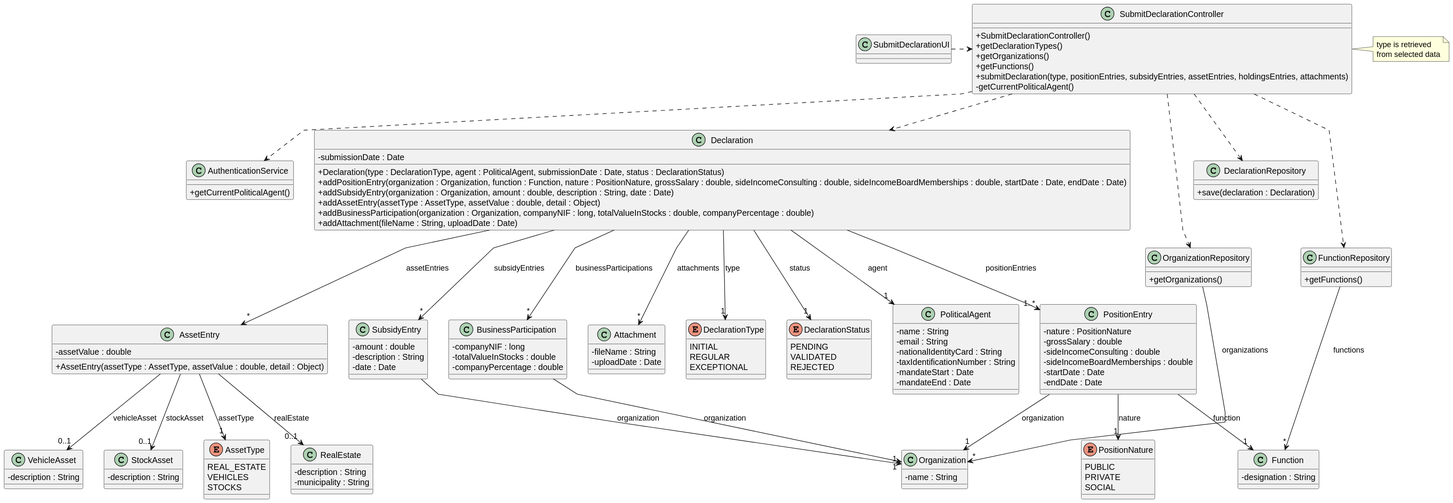
This is docs/system-documentation/US06/03.design/svg/US06-CD.svg from brunodspinto/crystal-clear-platform, a PlantUML export, as it was before one commit.
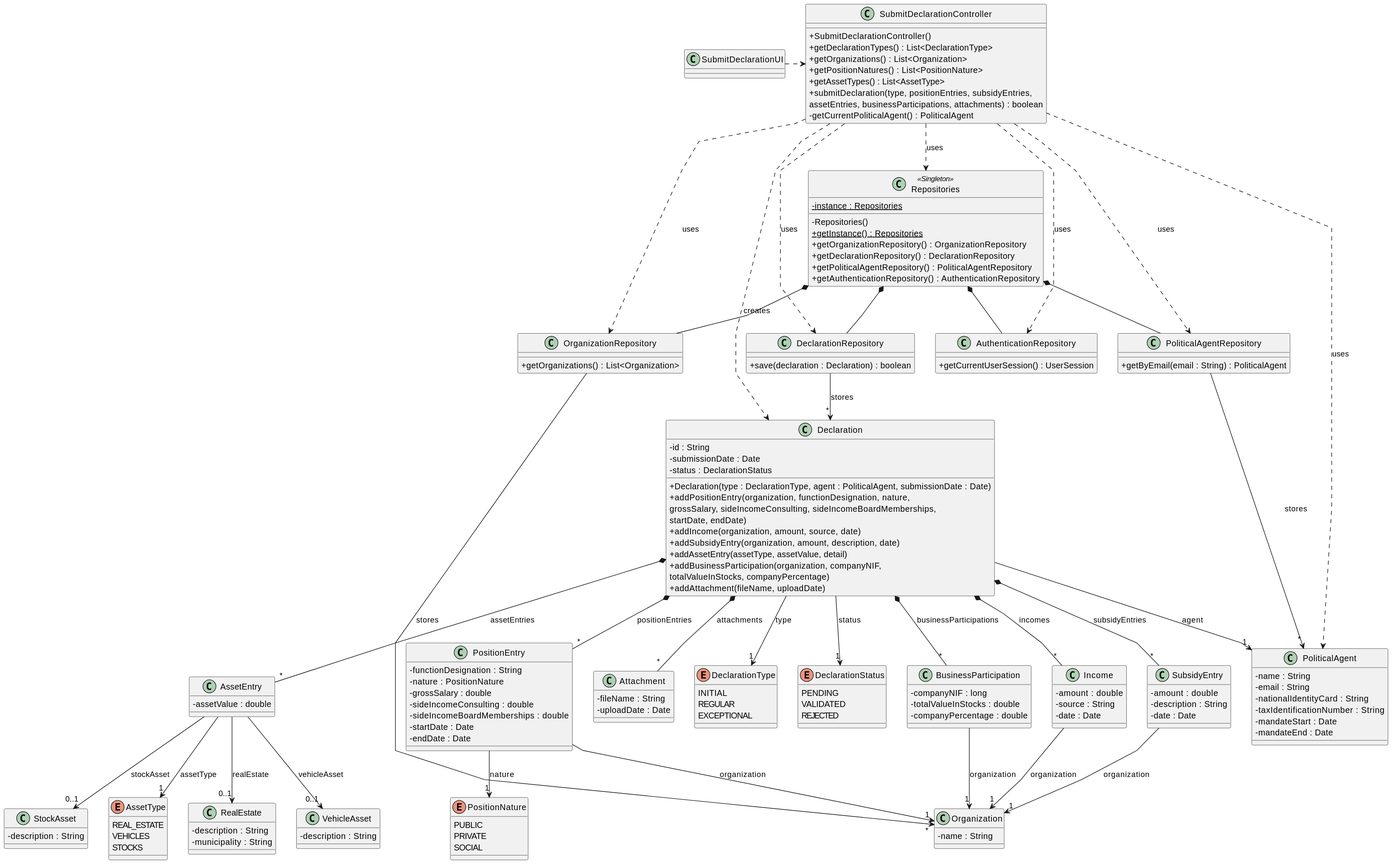
The same diagram one commit later.

What changed in the source:
```diff
@@ -9,27 +9,38 @@
 
 class SubmitDeclarationController {
     + SubmitDeclarationController()
-    + getDeclarationTypes()
-    + getOrganizations()
-    + getFunctions()
-    + submitDeclaration(type, positionEntries, subsidyEntries, assetEntries, holdingsEntries, attachments)
-    - getCurrentPoliticalAgent()
+    + getDeclarationTypes() : List<DeclarationType>
+    + getOrganizations() : List<Organization>
+    + getPositionNatures() : List<PositionNature>
+    + getAssetTypes() : List<AssetType>
+    + submitDeclaration(type, positionEntries, subsidyEntries,\nassetEntries, businessParticipations, attachments) : boolean
+    - getCurrentPoliticalAgent() : PoliticalAgent
 }
 
-class AuthenticationService {
-    + getCurrentPoliticalAgent()
+class Repositories <<Singleton>> {
+    - {static} instance : Repositories
+    - Repositories()
+    + {static} getInstance() : Repositories
+    + getOrganizationRepository() : OrganizationRepository
+    + getDeclarationRepository() : DeclarationRepository
+    + getPoliticalAgentRepository() : PoliticalAgentRepository
+    + getAuthenticationRepository() : AuthenticationRepository
 }
 
 class OrganizationRepository {
-    + getOrganizations()
-}
-
-class FunctionRepository {
-    + getFunctions()
+    + getOrganizations() : List<Organization>
 }
 
 class DeclarationRepository {
-    + save(declaration : Declaration)
+    + save(declaration : Declaration) : boolean
+}
+
+class PoliticalAgentRepository {
+    + getByEmail(email : String) : PoliticalAgent
+}
+
+class AuthenticationRepository {
+    + getCurrentUserSession() : UserSession
 }
 
 class PoliticalAgent {
@@ -42,22 +53,32 @@
 }
 
 class Declaration {
+    - id : String
     - submissionDate : Date
-    + Declaration(type : DeclarationType, agent : PoliticalAgent, submissionDate : Date, status : DeclarationStatus)
-    + addPositionEntry(organization : Organization, function : Function, nature : PositionNature, grossSalary : double, sideIncomeConsulting : double, sideIncomeBoardMemberships : double, startDate : Date, endDate : Date)
-    + addSubsidyEntry(organization : Organization, amount : double, description : String, date : Date)
-    + addAssetEntry(assetType : AssetType, assetValue : double, detail : Object)
-    + addBusinessParticipation(organization : Organization, companyNIF : long, totalValueInStocks : double, companyPercentage : double)
-    + addAttachment(fileName : String, uploadDate : Date)
+    - status : DeclarationStatus
+    + Declaration(type : DeclarationType, agent : PoliticalAgent, submissionDate : Date)
+    + addPositionEntry(organization, functionDesignation, nature,\ngrossSalary, sideIncomeConsulting, sideIncomeBoardMemberships,\nstartDate, endDate)
+    + addIncome(organization, amount, source, date)
+    + addSubsidyEntry(organization, amount, description, date)
+    + addAssetEntry(assetType, assetValue, detail)
+    + addBusinessParticipation(organization, companyNIF,\ntotalValueInStocks, companyPercentage)
+    + addAttachment(fileName, uploadDate)
 }
 
 class PositionEntry {
+    - functionDesignation : String
     - nature : PositionNature
     - grossSalary : double
     - sideIncomeConsulting : double
     - sideIncomeBoardMemberships : double
     - startDate : Date
     - endDate : Date
+}
+
+class Income {
+    - amount : double
+    - source : String
+    - date : Date
 }
 
 class SubsidyEntry {
@@ -68,7 +89,6 @@
 
 class AssetEntry {
     - assetValue : double
-    + AssetEntry(assetType : AssetType, assetValue : double, detail : Object)
 }
 
 class RealEstate {
@@ -92,10 +112,6 @@
 
 class Organization {
     - name : String
-}
-
-class Function {
-    - designation : String
 }
 
 class Attachment {
@@ -127,34 +143,40 @@
     SOCIAL
 }
 
-note right of SubmitDeclarationController
-    type is retrieved
-    from selected data
-end note
-
 SubmitDeclarationUI .> SubmitDeclarationController
 
-SubmitDeclarationController ..> AuthenticationService
-SubmitDeclarationController ..> OrganizationRepository
-SubmitDeclarationController ..> FunctionRepository
-SubmitDeclarationController ..> DeclarationRepository
-SubmitDeclarationController ..> Declaration
+SubmitDeclarationController ..> Repositories : uses
 
-OrganizationRepository --> "*" Organization : organizations
-FunctionRepository --> "*" Function : functions
+SubmitDeclarationController ..> OrganizationRepository : uses
+SubmitDeclarationController ..> DeclarationRepository : uses
+SubmitDeclarationController ..> PoliticalAgentRepository : uses
+SubmitDeclarationController ..> AuthenticationRepository : uses
+SubmitDeclarationController ..> Declaration : creates
+SubmitDeclarationController ..> PoliticalAgent : uses
+
+Repositories *-- OrganizationRepository
+Repositories *-- DeclarationRepository
+Repositories *-- PoliticalAgentRepository
+Repositories *-- AuthenticationRepository
+
+OrganizationRepository --> "*" Organization : stores
+DeclarationRepository --> "*" Declaration : stores
+PoliticalAgentRepository --> "*" PoliticalAgent : stores
 
 Declaration --> "1" PoliticalAgent : agent
 Declaration --> "1" DeclarationType : type
 Declaration --> "1" DeclarationStatus : status
-Declaration --> "1..*" PositionEntry : positionEntries
-Declaration --> "*" SubsidyEntry : subsidyEntries
-Declaration --> "*" AssetEntry : assetEntries
-Declaration --> "*" BusinessParticipation : businessParticipations
-Declaration --> "*" Attachment : attachments
+Declaration *-- "*" PositionEntry : positionEntries
+Declaration *-- "*" Income : incomes
+Declaration *-- "*" SubsidyEntry : subsidyEntries
+Declaration *-- "*" AssetEntry : assetEntries
+Declaration *-- "*" BusinessParticipation : businessParticipations
+Declaration *-- "*" Attachment : attachments
 
 PositionEntry --> "1" Organization : organization
-PositionEntry --> "1" Function : function
 PositionEntry --> "1" PositionNature : nature
+
+Income --> "1" Organization : organization
 
 SubsidyEntry --> "1" Organization : organization
 
```
